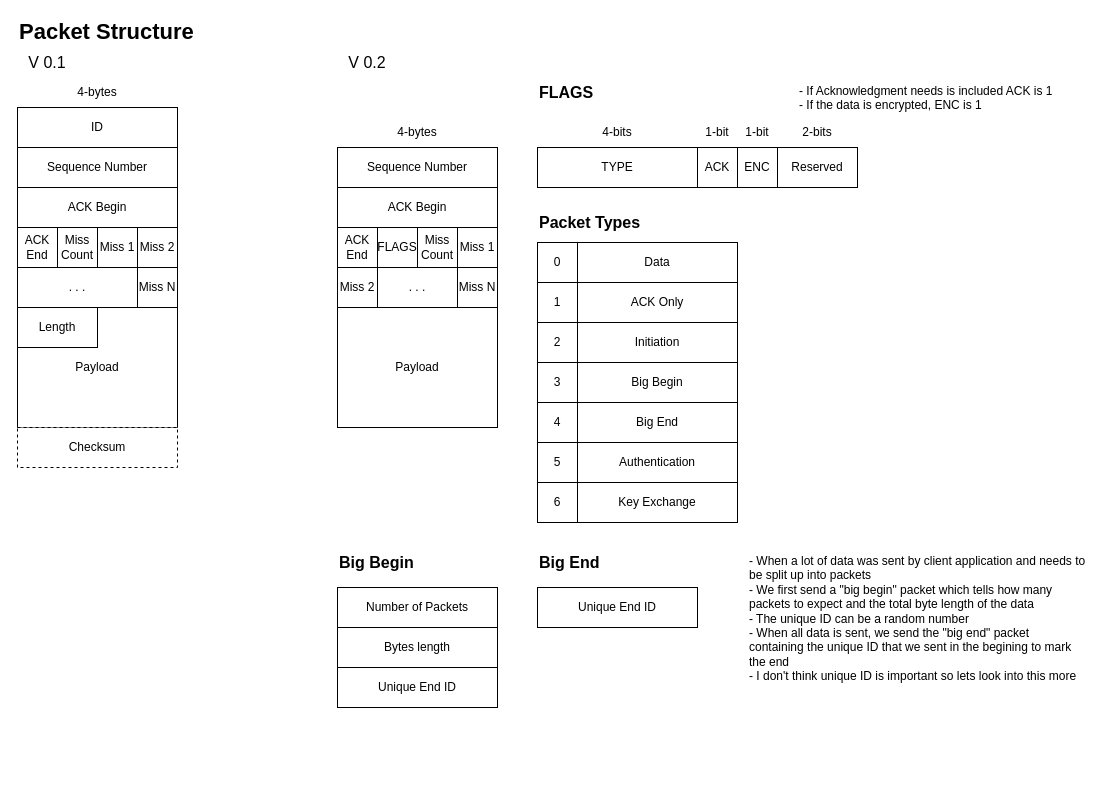
The draw.io diagram page "Packet Structure" (4 of 4) of Software-Architecture.drawio in Prototype-Aether/Prototype-Aether, before the edit. Source tidied: cells renumbered, new cells numbered last; positions are measured from the earlier drawing's top-left corner, leaving out a move shared by most shapes. Both pictures are drawn from the tidied source at 100%, with x=0, y=0 at pixel (17, 17).
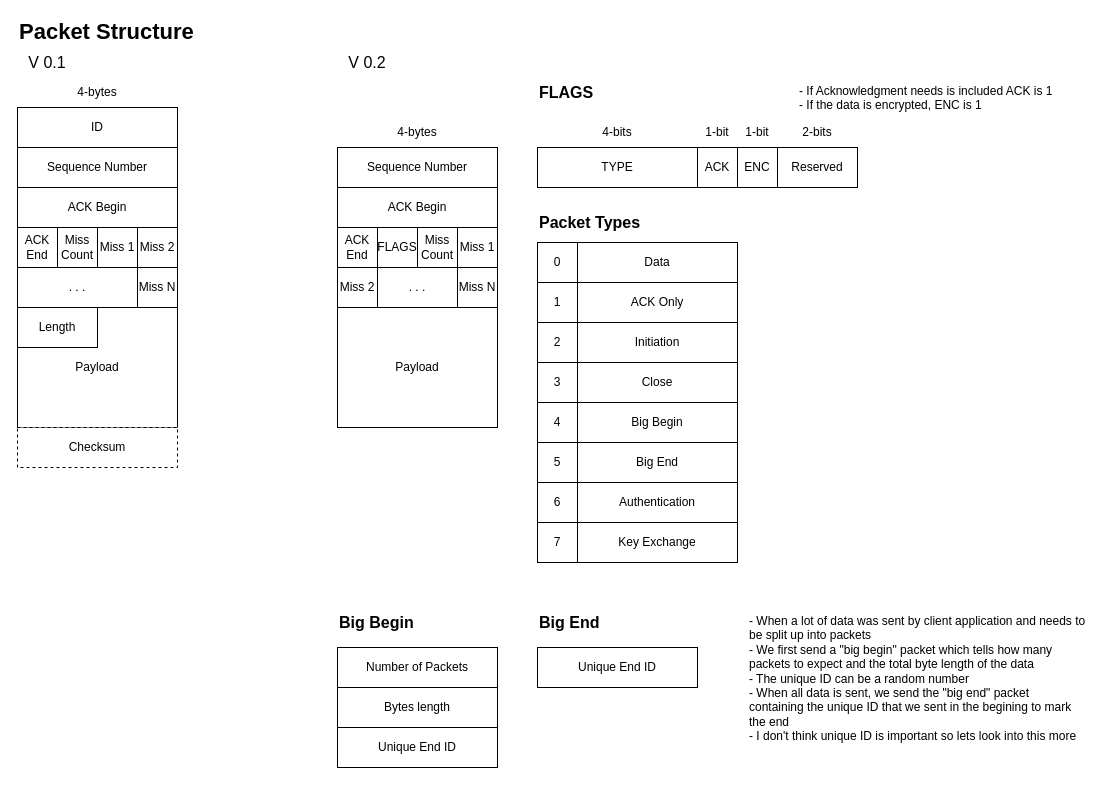
After the change.

Diff of the diagram source:
```diff
@@
     <mxCell id="34" value="Big Begin" style="rounded=0;whiteSpace=wrap;html=1;" parent="1" vertex="1">
-      <mxGeometry x="560" y="345" width="160" height="40" as="geometry" />
+      <mxGeometry x="560" y="385" width="160" height="40" as="geometry" />
     </mxCell>
@@
     <mxCell id="36" value="Big End" style="rounded=0;whiteSpace=wrap;html=1;" parent="1" vertex="1">
-      <mxGeometry x="560" y="385" width="160" height="40" as="geometry" />
+      <mxGeometry x="560" y="425" width="160" height="40" as="geometry" />
     </mxCell>
@@
     <mxCell id="38" value="Authentication" style="rounded=0;whiteSpace=wrap;html=1;" parent="1" vertex="1">
-      <mxGeometry x="560" y="425" width="160" height="40" as="geometry" />
+      <mxGeometry x="560" y="465" width="160" height="40" as="geometry" />
     </mxCell>
@@
     <mxCell id="42" value="Key Exchange" style="rounded=0;whiteSpace=wrap;html=1;" parent="1" vertex="1">
-      <mxGeometry x="560" y="465" width="160" height="40" as="geometry" />
+      <mxGeometry x="560" y="505" width="160" height="40" as="geometry" />
     </mxCell>
@@
     <mxCell id="47" value="Number of Packets" style="rounded=0;whiteSpace=wrap;html=1;" parent="1" vertex="1">
-      <mxGeometry x="320" y="570" width="160" height="40" as="geometry" />
+      <mxGeometry x="320" y="630" width="160" height="40" as="geometry" />
     </mxCell>
     <mxCell id="48" value="Big Begin" style="text;html=1;strokeColor=none;fillColor=none;align=left;verticalAlign=middle;whiteSpace=wrap;rounded=0;fontStyle=1;fontSize=16;" parent="1" vertex="1">
-      <mxGeometry x="320" y="530" width="160" height="30" as="geometry" />
+      <mxGeometry x="320" y="590" width="160" height="30" as="geometry" />
     </mxCell>
     <mxCell id="49" value="Bytes length" style="rounded=0;whiteSpace=wrap;html=1;" parent="1" vertex="1">
-      <mxGeometry x="320" y="610" width="160" height="40" as="geometry" />
+      <mxGeometry x="320" y="670" width="160" height="40" as="geometry" />
     </mxCell>
     <mxCell id="50" value="Unique End ID" style="rounded=0;whiteSpace=wrap;html=1;" parent="1" vertex="1">
-      <mxGeometry x="320" y="650" width="160" height="40" as="geometry" />
+      <mxGeometry x="320" y="710" width="160" height="40" as="geometry" />
     </mxCell>
     <mxCell id="51" value="Big End" style="text;html=1;strokeColor=none;fillColor=none;align=left;verticalAlign=middle;whiteSpace=wrap;rounded=0;fontStyle=1;fontSize=16;" parent="1" vertex="1">
-      <mxGeometry x="520" y="530" width="200" height="30" as="geometry" />
+      <mxGeometry x="520" y="590" width="200" height="30" as="geometry" />
     </mxCell>
     <mxCell id="52" value="Unique End ID" style="rounded=0;whiteSpace=wrap;html=1;" parent="1" vertex="1">
-      <mxGeometry x="520" y="570" width="160" height="40" as="geometry" />
+      <mxGeometry x="520" y="630" width="160" height="40" as="geometry" />
     </mxCell>
     <mxCell id="53" value="- When a lot of data was sent by client application and needs to be split up into packets&lt;br style=&quot;font-size: 12px;&quot;&gt;- We first send a &quot;big begin&quot; packet which tells how many packets to expect and the total byte length of the data&lt;br style=&quot;font-size: 12px;&quot;&gt;- The unique ID can be a random number&lt;br style=&quot;font-size: 12px;&quot;&gt;- When all data is sent, we send the &quot;big end&quot; packet containing the unique ID that we sent in the begining to mark the end&lt;br style=&quot;font-size: 12px;&quot;&gt;- I don't think unique ID is important so lets look into this more" style="text;html=1;strokeColor=none;fillColor=none;align=left;verticalAlign=top;whiteSpace=wrap;rounded=0;fontSize=12;" parent="1" vertex="1">
-      <mxGeometry x="730" y="530" width="340" height="160" as="geometry" />
+      <mxGeometry x="730" y="590" width="340" height="160" as="geometry" />
     </mxCell>
@@
+    <mxCell id="61" value="Close" style="rounded=0;whiteSpace=wrap;html=1;" parent="1" vertex="1">
+      <mxGeometry x="560" y="345" width="160" height="40" as="geometry" />
+    </mxCell>
+    <mxCell id="62" value="7" style="rounded=0;whiteSpace=wrap;html=1;" parent="1" vertex="1">
+      <mxGeometry x="520" y="505" width="40" height="40" as="geometry" />
+    </mxCell>
```
